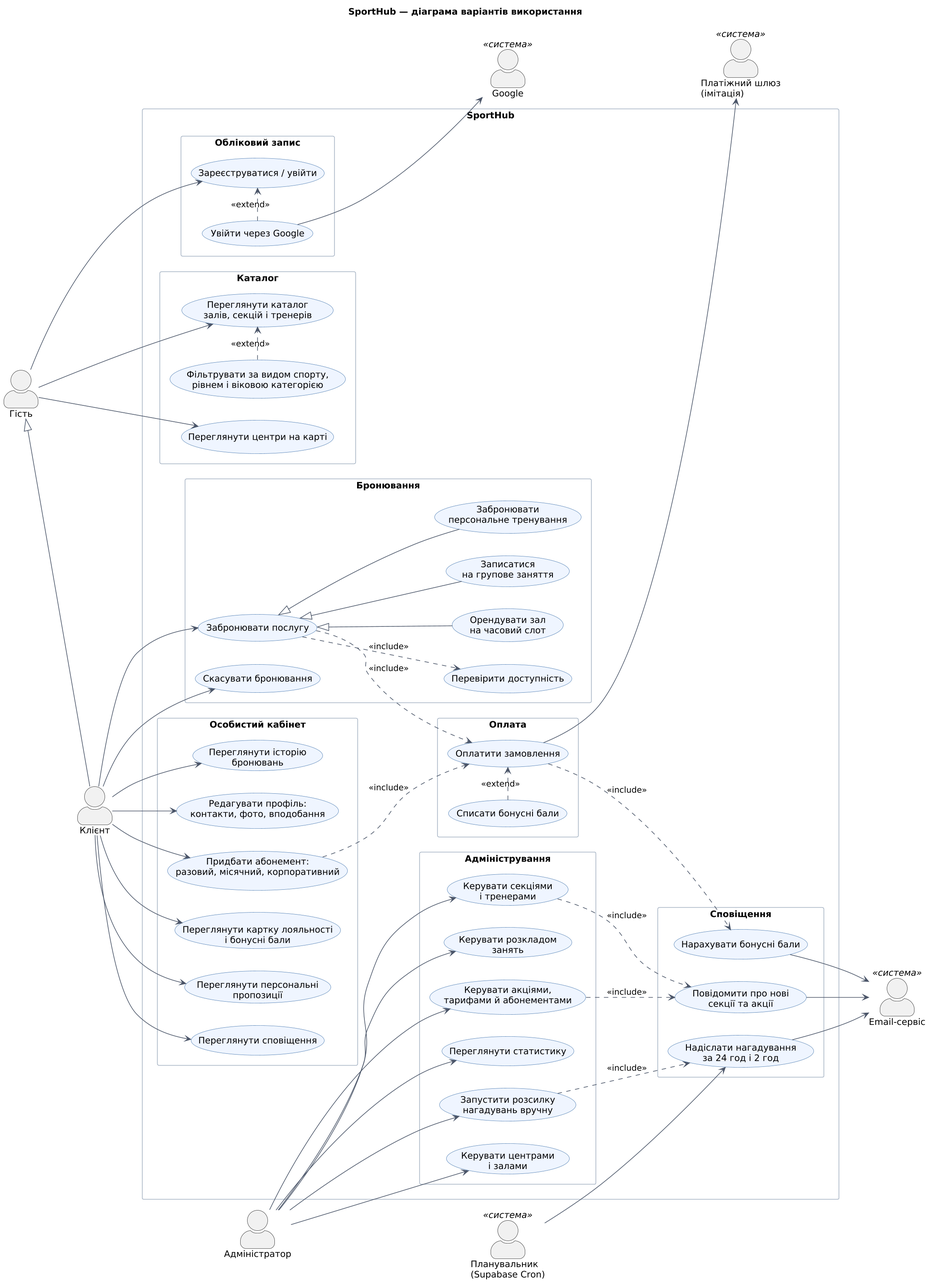
The PlantUML diagram docs/diagrams/use-case.png in yuriivynar/sports-booking-service, before a commit. Its diagram source:
```plantuml
@startuml use-case

left to right direction
skinparam dpi 150
skinparam defaultFontName "DejaVu Sans"
skinparam shadowing false
skinparam actorStyle awesome
skinparam packageStyle rectangle
skinparam ArrowColor #4A5568
skinparam usecase {
  BackgroundColor #EEF4FF
  BorderColor #3B6EA8
}
skinparam package {
  BorderColor #A0AEC0
  FontColor #2D3748
}

title SportHub — діаграма варіантів використання

actor "Гість" as Guest
actor "Клієнт" as Client
actor "Адміністратор" as Admin

actor "Google" as Google <<система>>
actor "Платіжний шлюз\n(імітація)" as Payment <<система>>
actor "Планувальник\n(Supabase Cron)" as Cron <<система>>
actor "Email-сервіс" as Email <<система>>

Client -up-|> Guest

rectangle "SportHub" {
  package "Каталог" {
    usecase "Переглянути каталог\nзалів, секцій і тренерів" as UC_Catalog
    usecase "Фільтрувати за видом спорту,\nрівнем і віковою категорією" as UC_Filter
    usecase "Переглянути центри на карті" as UC_Map
  }

  package "Обліковий запис" {
    usecase "Зареєструватися / увійти" as UC_Login
    usecase "Увійти через Google" as UC_Google
  }

  package "Бронювання" {
    usecase "Забронювати послугу" as UC_Book
    usecase "Орендувати зал\nна часовий слот" as UC_Hall
    usecase "Записатися\nна групове заняття" as UC_Group
    usecase "Забронювати\nперсональне тренування" as UC_Personal
    usecase "Перевірити доступність" as UC_Check
    usecase "Скасувати бронювання" as UC_Cancel
  }

  package "Оплата" {
    usecase "Оплатити замовлення" as UC_Pay
    usecase "Списати бонусні бали" as UC_UsePoints
  }

  package "Особистий кабінет" {
    usecase "Переглянути історію\nбронювань" as UC_History
    usecase "Редагувати профіль:\nконтакти, фото, вподобання" as UC_Profile
    usecase "Придбати абонемент:\nразовий, місячний, корпоративний" as UC_Membership
    usecase "Переглянути картку лояльності\nі бонусні бали" as UC_Loyalty
    usecase "Переглянути персональні\nпропозиції" as UC_Offers
    usecase "Переглянути сповіщення" as UC_Inbox
  }

  package "Адміністрування" {
    usecase "Керувати центрами\nі залами" as UC_AdmCenters
    usecase "Керувати секціями\nі тренерами" as UC_AdmSections
    usecase "Керувати розкладом\nзанять" as UC_AdmSchedule
    usecase "Керувати акціями,\nтарифами й абонементами" as UC_AdmPromo
    usecase "Переглянути статистику" as UC_AdmStats
    usecase "Запустити розсилку\nнагадувань вручну" as UC_AdmRemind
  }

  package "Сповіщення" {
    usecase "Нарахувати бонусні бали" as UC_Award
    usecase "Надіслати нагадування\nза 24 год і 2 год" as UC_Remind
    usecase "Повідомити про нові\nсекції та акції" as UC_Announce
  }
}

Guest --> UC_Catalog
Guest --> UC_Map
Guest --> UC_Login
UC_Filter .> UC_Catalog : <<extend>>
UC_Google .> UC_Login : <<extend>>
UC_Google --> Google

Client --> UC_Book
Client --> UC_Cancel
Client --> UC_History
Client --> UC_Profile
Client --> UC_Membership
Client --> UC_Loyalty
Client --> UC_Offers
Client --> UC_Inbox

UC_Book <|-- UC_Hall
UC_Book <|-- UC_Group
UC_Book <|-- UC_Personal
UC_Book ..> UC_Check : <<include>>
UC_Book ..> UC_Pay : <<include>>
UC_Membership ..> UC_Pay : <<include>>
UC_UsePoints .> UC_Pay : <<extend>>
UC_Pay ..> UC_Award : <<include>>
UC_Pay --> Payment

Admin --> UC_AdmCenters
Admin --> UC_AdmSections
Admin --> UC_AdmSchedule
Admin --> UC_AdmPromo
Admin --> UC_AdmStats
Admin --> UC_AdmRemind
UC_AdmRemind ..> UC_Remind : <<include>>
UC_AdmSections ..> UC_Announce : <<include>>
UC_AdmPromo ..> UC_Announce : <<include>>

Cron --> UC_Remind
UC_Remind --> Email
UC_Announce --> Email
UC_Award --> Email

@enduml
```
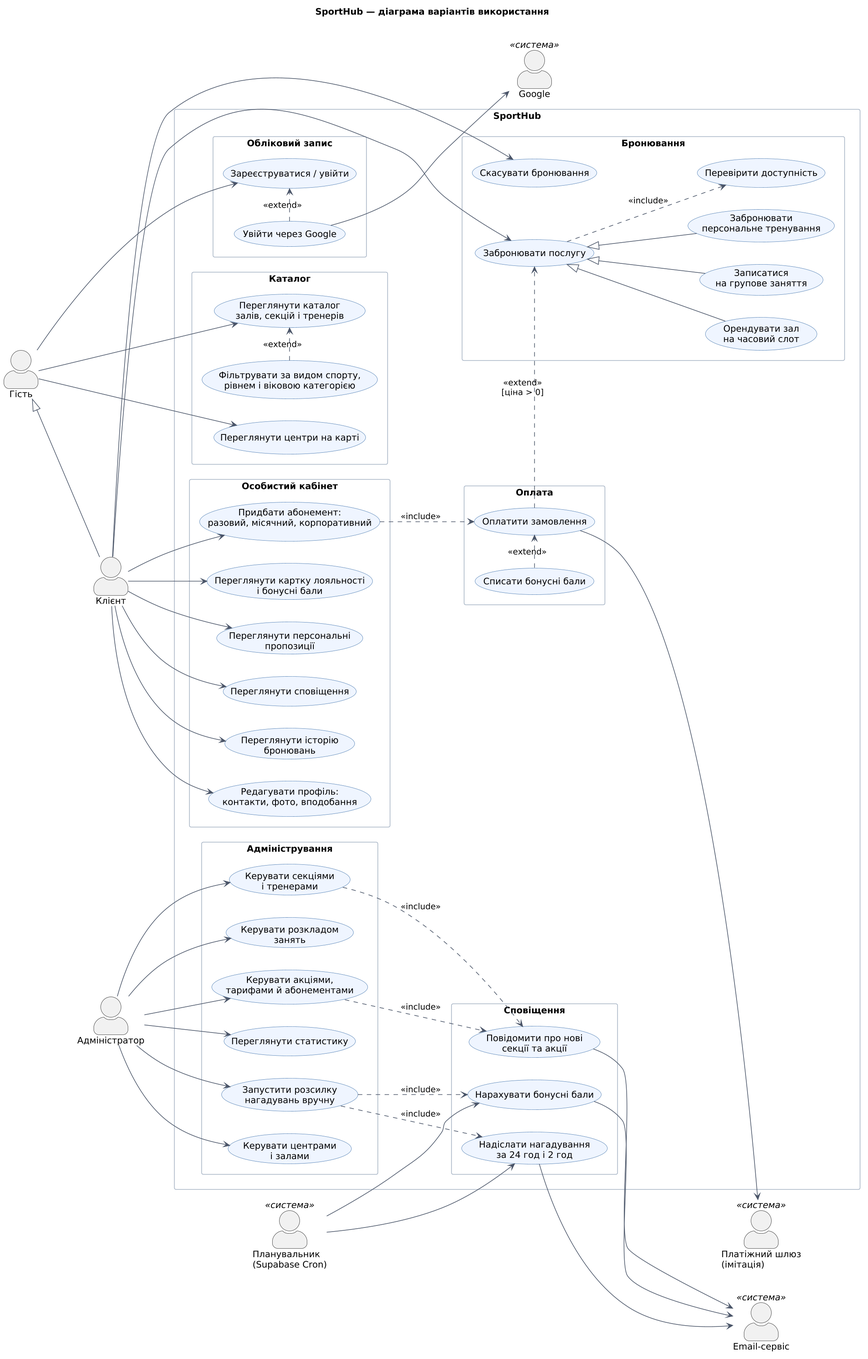
The same diagram one commit later.

Commit message:
docs: show payment as an extension of booking on the use case diagram

Free bookings skip payment, and points are awarded by the scheduled job
after the activity, not by the payment.

Diff of the diagram source:
```diff
@@ -100,10 +100,9 @@
 UC_Book <|-- UC_Group
 UC_Book <|-- UC_Personal
 UC_Book ..> UC_Check : <<include>>
-UC_Book ..> UC_Pay : <<include>>
+UC_Pay .> UC_Book : <<extend>>\n[ціна > 0]
 UC_Membership ..> UC_Pay : <<include>>
 UC_UsePoints .> UC_Pay : <<extend>>
-UC_Pay ..> UC_Award : <<include>>
 UC_Pay --> Payment
 
 Admin --> UC_AdmCenters
@@ -113,10 +112,12 @@
 Admin --> UC_AdmStats
 Admin --> UC_AdmRemind
 UC_AdmRemind ..> UC_Remind : <<include>>
+UC_AdmRemind ..> UC_Award : <<include>>
 UC_AdmSections ..> UC_Announce : <<include>>
 UC_AdmPromo ..> UC_Announce : <<include>>
 
 Cron --> UC_Remind
+Cron --> UC_Award
 UC_Remind --> Email
 UC_Announce --> Email
 UC_Award --> Email
```
